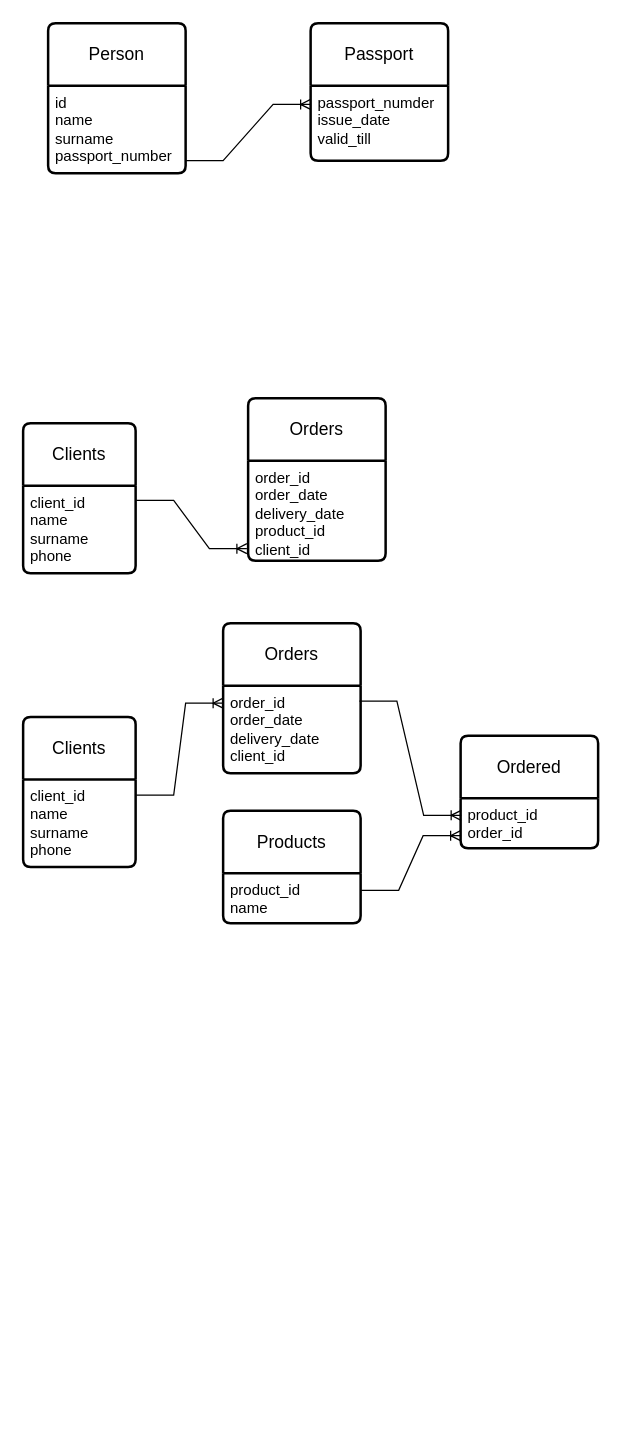
Earlier version of the draw.io diagram Диаграмма без названия.drawio (Svvaliv/SQL-Beegeek). Source tidied: cells renumbered, new cells numbered last; positions are measured from the earlier drawing's top-left corner, leaving out a move shared by most shapes. Both pictures are drawn from the tidied source at 125%, with x=0, y=0 at pixel (22, 22).
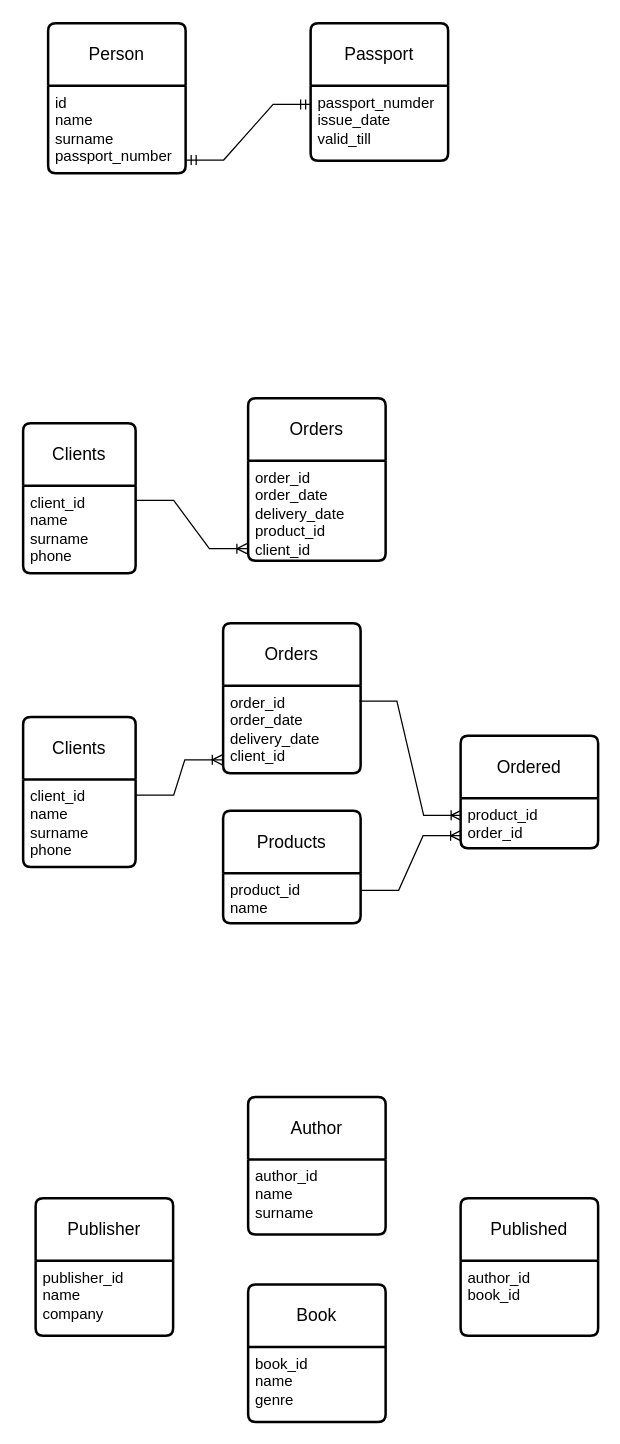
Above is the later version.

The change refers to these unchanged cells:
```xml
<mxCell id="3" value="passport_numder&lt;br&gt;issue_date&lt;br&gt;valid_till" style="align=left;strokeColor=none;fillColor=none;spacingLeft=4;fontSize=12;verticalAlign=top;html=1;" parent="2" vertex="1">
  <mxGeometry y="50" width="110" height="60" as="geometry" />
</mxCell>
<mxCell id="5" value="id&lt;br&gt;name&lt;br&gt;surname&lt;br&gt;passport_number" style="align=left;strokeColor=none;fillColor=none;spacingLeft=4;fontSize=12;verticalAlign=top;html=1;" parent="4" vertex="1">
  <mxGeometry y="50" width="110" height="70" as="geometry" />
</mxCell>
<mxCell id="13" value="order_id&lt;br&gt;order_date&lt;br&gt;delivery_date&lt;br&gt;client_id" style="align=left;strokeColor=none;fillColor=none;spacingLeft=4;fontSize=12;verticalAlign=top;html=1;" parent="12" vertex="1">
  <mxGeometry y="50" width="110" height="70" as="geometry" />
</mxCell>
<mxCell id="19" value="client_id&lt;br&gt;name&lt;br&gt;surname&lt;br&gt;phone" style="align=left;strokeColor=none;fillColor=none;spacingLeft=4;fontSize=12;verticalAlign=top;html=1;" parent="18" vertex="1">
  <mxGeometry y="50" width="90" height="70" as="geometry" />
</mxCell>
```

Diff of the diagram source:
```diff
@@
-    <mxCell id="20" style="edgeStyle=entityRelationEdgeStyle;fontSize=12;html=1;endArrow=ERoneToMany;rounded=0;exitX=1.005;exitY=0.18;exitDx=0;exitDy=0;exitPerimeter=0;" parent="1" edge="1" source="19">
-      <mxGeometry relative="1" as="geometry">
-        <mxPoint x="160" y="544" as="targetPoint" />
-      </mxGeometry>
+    <mxCell id="20" style="edgeStyle=entityRelationEdgeStyle;fontSize=12;html=1;endArrow=ERoneToMany;rounded=0;exitX=1.005;exitY=0.18;exitDx=0;exitDy=0;exitPerimeter=0;entryX=-0.006;entryY=0.848;entryDx=0;entryDy=0;entryPerimeter=0;" parent="1" edge="1" source="19" target="13">
+      <mxGeometry relative="1" as="geometry" />
     </mxCell>
@@
-    <mxCell id="22" style="edgeStyle=entityRelationEdgeStyle;fontSize=12;html=1;endArrow=ERoneToMany;rounded=0;exitX=1;exitY=0.857;exitDx=0;exitDy=0;exitPerimeter=0;entryX=0;entryY=0.25;entryDx=0;entryDy=0;" parent="1" edge="1" source="5" target="3">
+    <mxCell id="22" style="edgeStyle=entityRelationEdgeStyle;fontSize=12;html=1;endArrow=ERmandOne;startArrow=ERmandOne;rounded=0;exitX=1.004;exitY=0.85;exitDx=0;exitDy=0;exitPerimeter=0;entryX=0;entryY=0.25;entryDx=0;entryDy=0;" parent="1" edge="1" source="5" target="3">
       <mxGeometry relative="1" as="geometry" />
     </mxCell>
+    <mxCell id="23" value="Book" style="swimlane;horizontal=1;startSize=50;rounded=1;fontSize=14;fontStyle=0;strokeWidth=2;shadow=0;dashed=0;align=center;arcSize=4;whiteSpace=wrap;html=1;" parent="1" vertex="1">
+      <mxGeometry x="180" y="1009" width="110" height="110" as="geometry" />
+    </mxCell>
+    <mxCell id="24" value="book_id&lt;br&gt;name&lt;br&gt;genre" style="align=left;strokeColor=none;fillColor=none;spacingLeft=4;fontSize=12;verticalAlign=top;html=1;" parent="23" vertex="1">
+      <mxGeometry y="50" width="110" height="60" as="geometry" />
+    </mxCell>
+    <mxCell id="25" value="Author" style="swimlane;horizontal=1;startSize=50;rounded=1;fontSize=14;fontStyle=0;strokeWidth=2;shadow=0;dashed=0;align=center;arcSize=4;whiteSpace=wrap;html=1;" parent="1" vertex="1">
+      <mxGeometry x="180" y="859" width="110" height="110" as="geometry" />
+    </mxCell>
+    <mxCell id="26" value="author_id&lt;br&gt;name&lt;br&gt;surname" style="align=left;strokeColor=none;fillColor=none;spacingLeft=4;fontSize=12;verticalAlign=top;html=1;" parent="25" vertex="1">
+      <mxGeometry y="50" width="110" height="60" as="geometry" />
+    </mxCell>
+    <mxCell id="27" value="Publisher" style="swimlane;horizontal=1;startSize=50;rounded=1;fontSize=14;fontStyle=0;strokeWidth=2;shadow=0;dashed=0;align=center;arcSize=4;whiteSpace=wrap;html=1;" parent="1" vertex="1">
+      <mxGeometry x="10" y="940" width="110" height="110" as="geometry" />
+    </mxCell>
+    <mxCell id="28" value="publisher_id&lt;br&gt;name&lt;br&gt;company" style="align=left;strokeColor=none;fillColor=none;spacingLeft=4;fontSize=12;verticalAlign=top;html=1;" parent="27" vertex="1">
+      <mxGeometry y="50" width="110" height="60" as="geometry" />
+    </mxCell>
+    <mxCell id="29" value="Published" style="swimlane;horizontal=1;startSize=50;rounded=1;fontSize=14;fontStyle=0;strokeWidth=2;shadow=0;dashed=0;align=center;arcSize=4;whiteSpace=wrap;html=1;" parent="1" vertex="1">
+      <mxGeometry x="350" y="940" width="110" height="110" as="geometry" />
+    </mxCell>
+    <mxCell id="30" value="author_id&lt;br&gt;book_id" style="align=left;strokeColor=none;fillColor=none;spacingLeft=4;fontSize=12;verticalAlign=top;html=1;" parent="29" vertex="1">
+      <mxGeometry y="50" width="110" height="60" as="geometry" />
+    </mxCell>
```
